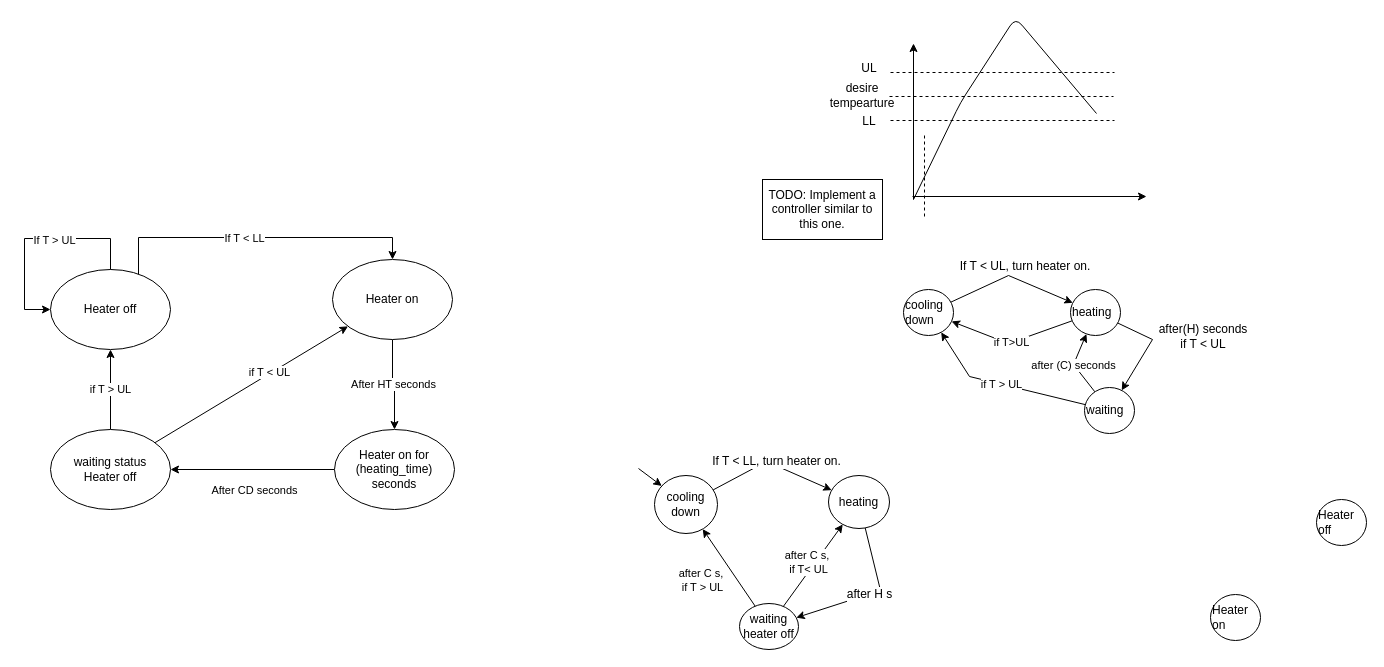
Earlier version of the draw.io diagram notes/meetings/20-11-2020 Hao Synch Incubator.drawio (INTO-CPS-Association/example_digital-twin_incubator). Source tidied: cells renumbered, new cells numbered last; positions are measured from the earlier drawing's top-left corner, leaving out a move shared by most shapes. Both pictures are drawn from the tidied source at 100%, with x=0, y=0 at pixel (24, 17).
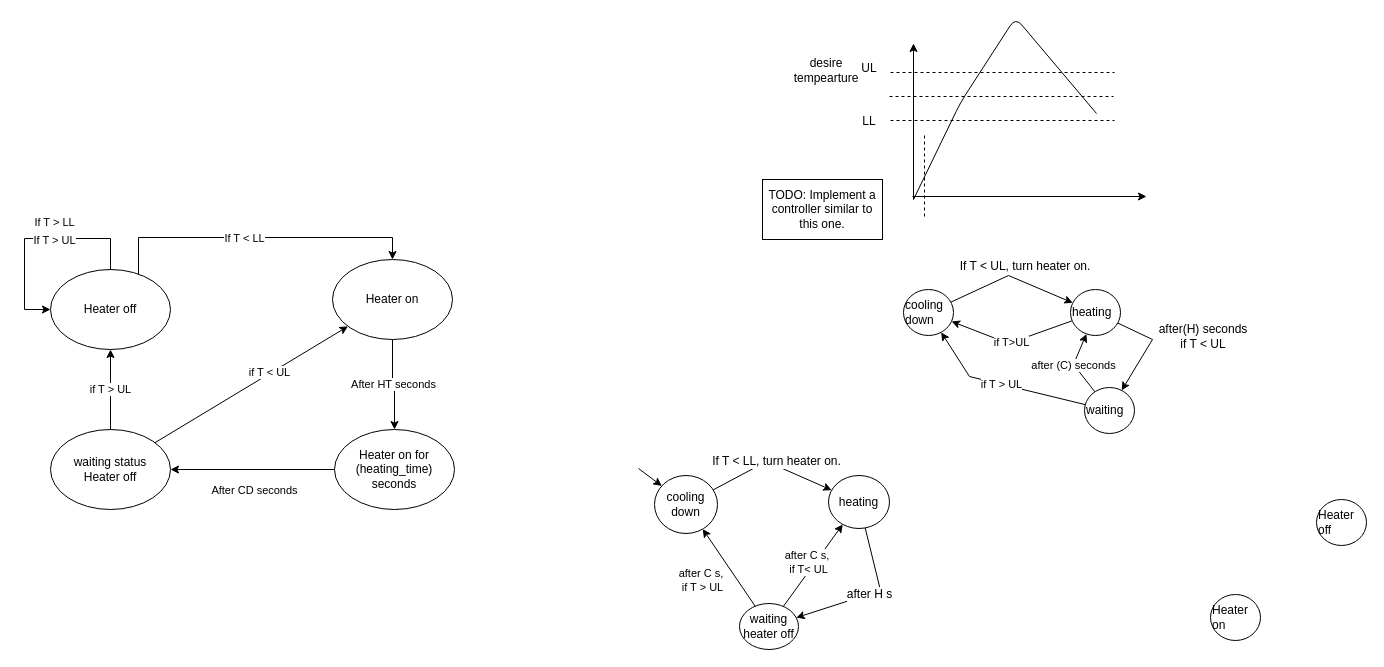
The same page after the edit.

Diff of the diagram source:
```diff
@@
     <mxCell id="44" value="desire tempearture" style="text;html=1;strokeColor=none;fillColor=none;align=center;verticalAlign=middle;whiteSpace=wrap;rounded=0;" parent="1" vertex="1">
-      <mxGeometry x="818" y="68" width="40" height="20" as="geometry" />
+      <mxGeometry x="782" y="43" width="40" height="20" as="geometry" />
     </mxCell>
@@
+    <mxCell id="47" value="If T &amp;gt; LL" style="edgeLabel;html=1;align=center;verticalAlign=middle;" parent="1" vertex="1">
+      <mxGeometry x="45" y="192" as="geometry">
+        <mxPoint x="-16" y="12" as="offset" />
+      </mxGeometry>
+    </mxCell>
```
